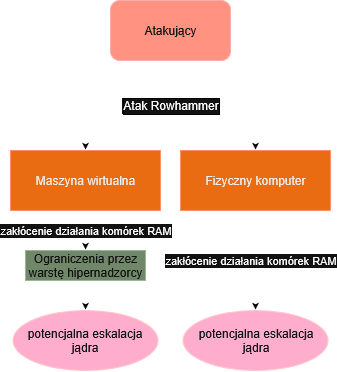
Before: Diagrams/Eskalacja - rowhammer.drawio.png, a diagram exported from draw.io (mdkochanowicz/Security-of-Operating-Systems-in-Virtual-Environments). Source tidied: cells renumbered, new cells last; positions are measured from the earlier drawing's top-left corner, leaving out a move shared by most shapes. The source it was exported from:
```xml
<mxGraphModel>
  <root>
    <mxCell id="0" />
    <mxCell id="1" parent="0" />
    <mxCell id="2" style="edgeStyle=orthogonalEdgeStyle;rounded=0;jettySize=auto;html=1;exitX=0.25;exitY=1;exitDx=0;exitDy=0;strokeColor=light-dark(default, #400000);" parent="1" edge="1" source="4" target="7">
      <mxGeometry relative="1" as="geometry" />
    </mxCell>
    <mxCell id="3" style="edgeStyle=orthogonalEdgeStyle;rounded=0;jettySize=auto;html=1;exitX=0.75;exitY=1;exitDx=0;exitDy=0;entryX=0.5;entryY=0;entryDx=0;entryDy=0;strokeColor=light-dark(default, #400000);" parent="1" edge="1" source="4" target="9">
      <mxGeometry relative="1" as="geometry" />
    </mxCell>
    <mxCell id="4" value="Atakujący" style="rounded=1;whiteSpace=wrap;html=1;fillColor=#e51400;fontColor=#ffffff;strokeColor=#B20000;" parent="1" vertex="1">
      <mxGeometry x="100" width="120" height="60" as="geometry" />
    </mxCell>
    <mxCell id="5" style="edgeStyle=orthogonalEdgeStyle;rounded=0;jettySize=auto;html=1;entryX=0.5;entryY=0;entryDx=0;entryDy=0;strokeColor=light-dark(default, #400000);" parent="1" edge="1" source="7" target="14">
      <mxGeometry relative="1" as="geometry" />
    </mxCell>
    <mxCell id="6" value="zakłócenie działania komórek RAM" style="edgeLabel;html=1;align=center;verticalAlign=middle;" parent="5" vertex="1">
      <mxGeometry x="-0.62" y="2" relative="1" as="geometry">
        <mxPoint x="-2" y="12" as="offset" />
      </mxGeometry>
    </mxCell>
    <mxCell id="7" value="Maszyna wirtualna" style="rounded=0;whiteSpace=wrap;html=1;fillColor=#fa6800;fontColor=#000000;strokeColor=#C73500;" parent="1" vertex="1">
      <mxGeometry y="150" width="150" height="60" as="geometry" />
    </mxCell>
    <mxCell id="8" style="edgeStyle=orthogonalEdgeStyle;rounded=0;jettySize=auto;html=1;entryX=0.5;entryY=0;entryDx=0;entryDy=0;strokeColor=light-dark(default, #400000);" parent="1" edge="1" source="9" target="12">
      <mxGeometry relative="1" as="geometry" />
    </mxCell>
    <mxCell id="9" value="Fizyczny komputer" style="rounded=0;whiteSpace=wrap;html=1;fillColor=#fa6800;fontColor=#000000;strokeColor=#C73500;" parent="1" vertex="1">
      <mxGeometry x="170" y="150" width="150" height="60" as="geometry" />
    </mxCell>
    <mxCell id="10" value="&lt;div&gt;Atak Rowhammer&lt;/div&gt;" style="text;html=1;align=center;verticalAlign=middle;strokeColor=none;fillColor=none;labelBackgroundColor=default;labelBorderColor=light-dark(#000000,#000000);" parent="1" vertex="1">
      <mxGeometry x="100" y="90" width="120" height="30" as="geometry" />
    </mxCell>
    <mxCell id="11" value="potencjalna eskalacja jądra" style="ellipse;whiteSpace=wrap;html=1;fillColor=#a20025;fontColor=#ffffff;strokeColor=#6F0000;" parent="1" vertex="1">
      <mxGeometry x="2.5" y="310" width="145" height="60" as="geometry" />
    </mxCell>
    <mxCell id="12" value="potencjalna eskalacja jądra" style="ellipse;whiteSpace=wrap;html=1;fillColor=#a20025;fontColor=#ffffff;strokeColor=#6F0000;" parent="1" vertex="1">
      <mxGeometry x="172.5" y="310" width="145" height="60" as="geometry" />
    </mxCell>
    <mxCell id="13" style="edgeStyle=orthogonalEdgeStyle;rounded=0;jettySize=auto;html=1;entryX=0.5;entryY=0;entryDx=0;entryDy=0;strokeColor=light-dark(default, #400000);" parent="1" edge="1" source="14" target="11">
      <mxGeometry relative="1" as="geometry" />
    </mxCell>
    <mxCell id="14" value="Ograniczenia przez warstę hipernadzorcy" style="rounded=0;whiteSpace=wrap;html=1;fillColor=#6d8764;fontColor=#ffffff;strokeColor=#3A5431;" parent="1" vertex="1">
      <mxGeometry x="15" y="250" width="120" height="30" as="geometry" />
    </mxCell>
    <mxCell id="15" value="zakłócenie działania komórek RAM" style="edgeLabel;html=1;align=center;verticalAlign=middle;" parent="1" vertex="1">
      <mxGeometry x="240" y="260" as="geometry" />
    </mxCell>
  </root>
</mxGraphModel>
```
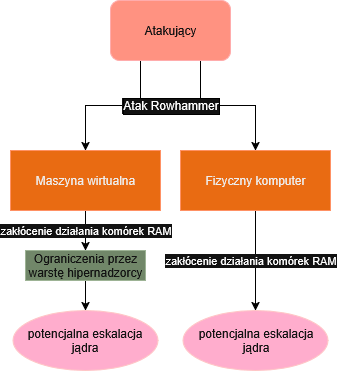
The same diagram one commit later.

The edit, as a diff of the source:
```diff
@@ -2,16 +2,16 @@
   <root>
     <mxCell id="0" />
     <mxCell id="1" parent="0" />
-    <mxCell id="2" style="edgeStyle=orthogonalEdgeStyle;rounded=0;jettySize=auto;html=1;exitX=0.25;exitY=1;exitDx=0;exitDy=0;strokeColor=light-dark(default, #400000);" parent="1" edge="1" source="4" target="7">
+    <mxCell id="2" style="edgeStyle=orthogonalEdgeStyle;rounded=0;jettySize=auto;html=1;exitX=0.25;exitY=1;exitDx=0;exitDy=0;strokeColor=light-dark(#000000,#000000);startArrow=none;startFill=0;" parent="1" edge="1" source="4" target="7">
       <mxGeometry relative="1" as="geometry" />
     </mxCell>
-    <mxCell id="3" style="edgeStyle=orthogonalEdgeStyle;rounded=0;jettySize=auto;html=1;exitX=0.75;exitY=1;exitDx=0;exitDy=0;entryX=0.5;entryY=0;entryDx=0;entryDy=0;strokeColor=light-dark(default, #400000);" parent="1" edge="1" source="4" target="9">
+    <mxCell id="3" style="edgeStyle=orthogonalEdgeStyle;rounded=0;jettySize=auto;html=1;exitX=0.75;exitY=1;exitDx=0;exitDy=0;entryX=0.5;entryY=0;entryDx=0;entryDy=0;strokeColor=light-dark(#000000,#000000);startArrow=none;startFill=0;" parent="1" edge="1" source="4" target="9">
       <mxGeometry relative="1" as="geometry" />
     </mxCell>
     <mxCell id="4" value="Atakujący" style="rounded=1;whiteSpace=wrap;html=1;fillColor=#e51400;fontColor=#ffffff;strokeColor=#B20000;" parent="1" vertex="1">
       <mxGeometry x="100" width="120" height="60" as="geometry" />
     </mxCell>
-    <mxCell id="5" style="edgeStyle=orthogonalEdgeStyle;rounded=0;jettySize=auto;html=1;entryX=0.5;entryY=0;entryDx=0;entryDy=0;strokeColor=light-dark(default, #400000);" parent="1" edge="1" source="7" target="14">
+    <mxCell id="5" style="edgeStyle=orthogonalEdgeStyle;rounded=0;jettySize=auto;html=1;entryX=0.5;entryY=0;entryDx=0;entryDy=0;strokeColor=light-dark(#000000,#000000);startArrow=none;startFill=0;" parent="1" edge="1" source="7" target="14">
       <mxGeometry relative="1" as="geometry" />
     </mxCell>
     <mxCell id="6" value="zakłócenie działania komórek RAM" style="edgeLabel;html=1;align=center;verticalAlign=middle;" parent="5" vertex="1">
@@ -22,7 +22,7 @@
     <mxCell id="7" value="Maszyna wirtualna" style="rounded=0;whiteSpace=wrap;html=1;fillColor=#fa6800;fontColor=#000000;strokeColor=#C73500;" parent="1" vertex="1">
       <mxGeometry y="150" width="150" height="60" as="geometry" />
     </mxCell>
-    <mxCell id="8" style="edgeStyle=orthogonalEdgeStyle;rounded=0;jettySize=auto;html=1;entryX=0.5;entryY=0;entryDx=0;entryDy=0;strokeColor=light-dark(default, #400000);" parent="1" edge="1" source="9" target="12">
+    <mxCell id="8" style="edgeStyle=orthogonalEdgeStyle;rounded=0;jettySize=auto;html=1;entryX=0.5;entryY=0;entryDx=0;entryDy=0;strokeColor=light-dark(#000000,#000000);startArrow=none;startFill=0;" parent="1" edge="1" source="9" target="12">
       <mxGeometry relative="1" as="geometry" />
     </mxCell>
     <mxCell id="9" value="Fizyczny komputer" style="rounded=0;whiteSpace=wrap;html=1;fillColor=#fa6800;fontColor=#000000;strokeColor=#C73500;" parent="1" vertex="1">
@@ -37,7 +37,7 @@
     <mxCell id="12" value="potencjalna eskalacja jądra" style="ellipse;whiteSpace=wrap;html=1;fillColor=#a20025;fontColor=#ffffff;strokeColor=#6F0000;" parent="1" vertex="1">
       <mxGeometry x="172.5" y="310" width="145" height="60" as="geometry" />
     </mxCell>
-    <mxCell id="13" style="edgeStyle=orthogonalEdgeStyle;rounded=0;jettySize=auto;html=1;entryX=0.5;entryY=0;entryDx=0;entryDy=0;strokeColor=light-dark(default, #400000);" parent="1" edge="1" source="14" target="11">
+    <mxCell id="13" style="edgeStyle=orthogonalEdgeStyle;rounded=0;jettySize=auto;html=1;entryX=0.5;entryY=0;entryDx=0;entryDy=0;strokeColor=light-dark(#000000,#000000);startArrow=none;startFill=0;" parent="1" edge="1" source="14" target="11">
       <mxGeometry relative="1" as="geometry" />
     </mxCell>
     <mxCell id="14" value="Ograniczenia przez warstę hipernadzorcy" style="rounded=0;whiteSpace=wrap;html=1;fillColor=#6d8764;fontColor=#ffffff;strokeColor=#3A5431;" parent="1" vertex="1">
```
